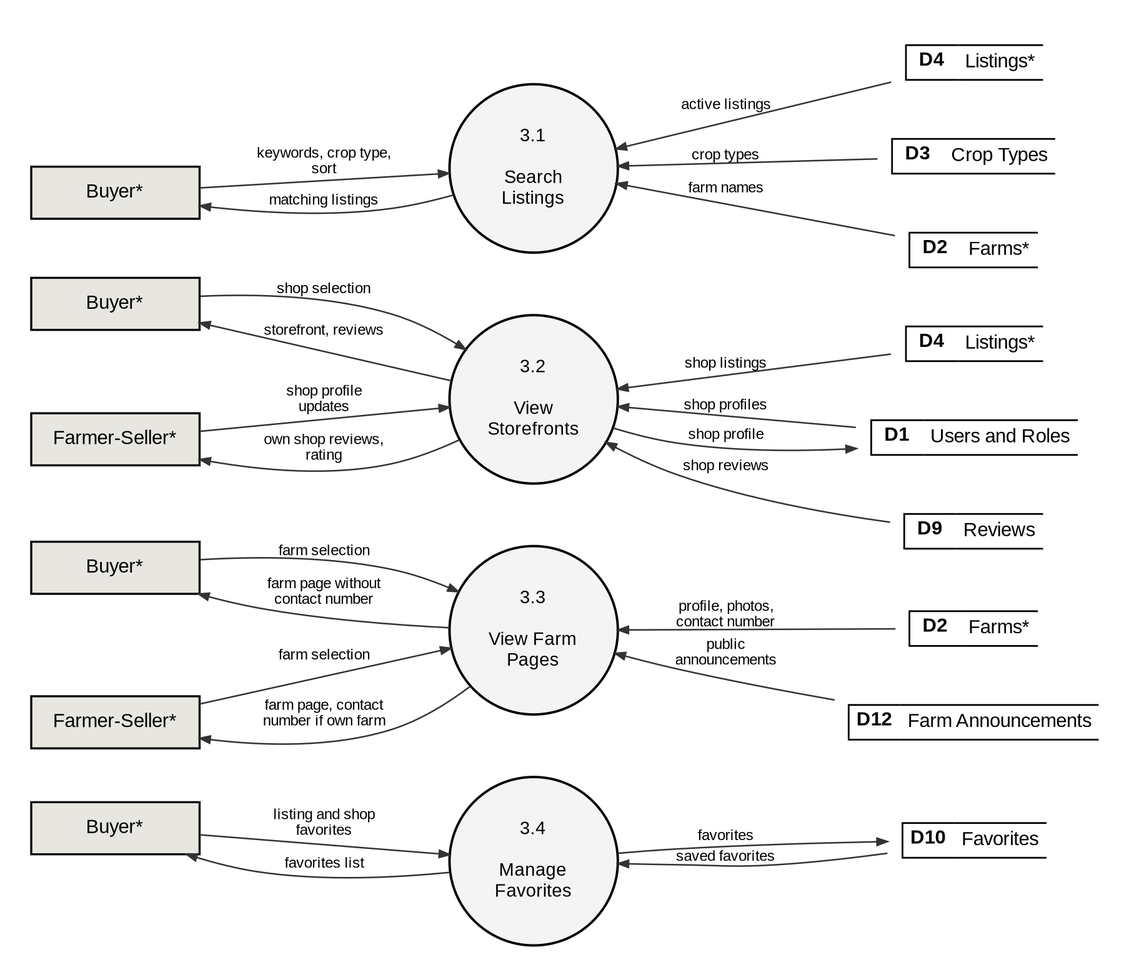
Earlier version of the Graphviz export docs/manuscript/figures/fig6_2_3_dfd_level2.png (shawncastaneda11-commits/anihow-backend). Its source is kept beside it as docs/manuscript/figures/src/fig6_2_3_dfd_level2.dot.
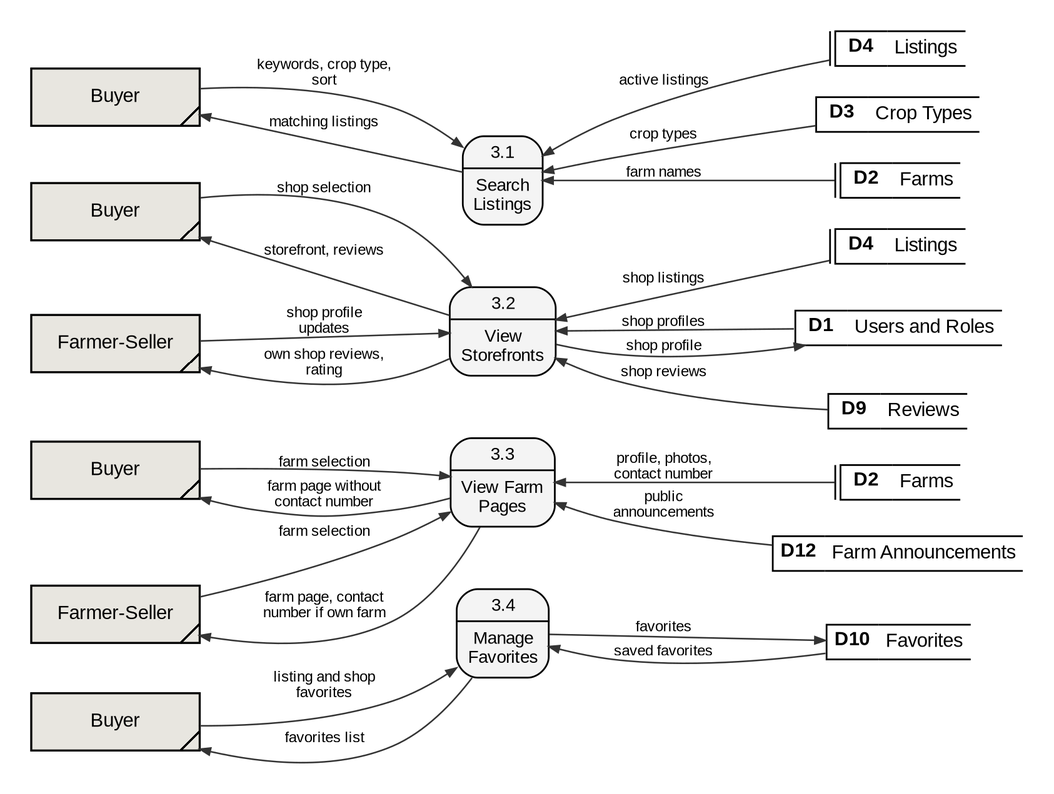
After the commit.

The edit, as a diff of the source:
```diff
@@ -2,25 +2,25 @@
   graph [rankdir=LR, nodesep=0.25, ranksep=0.9, pad=0.25, fontname="Liberation Sans", newrank=true];
   node  [fontname="Liberation Sans", fontsize=11];
   edge  [penwidth=0.9, arrowsize=0.6, color="#333333", fontname="Liberation Sans", fontsize=8.5];
-  q3a [shape=circle, style=filled, fillcolor="#F4F4F4", penwidth=1.4, fixedsize=true, width=1.35, fontsize=10.5, label="3.1\n\nSearch\nListings"];
-  by_q3a [shape=box, style=filled, fillcolor="#E8E6E0", penwidth=1.2, width=1.35, height=0.42, label="Buyer*"];
-  D4_q3a [shape=plaintext, label=<<TABLE BORDER="0" CELLBORDER="1" CELLSPACING="0" CELLPADDING="3"><TR><TD SIDES="TBL" WIDTH="30"><B>D4</B></TD><TD SIDES="TB" ALIGN="LEFT">Listings*</TD></TR></TABLE>>];
-  D3_q3a [shape=plaintext, label=<<TABLE BORDER="0" CELLBORDER="1" CELLSPACING="0" CELLPADDING="3"><TR><TD SIDES="TBL" WIDTH="30"><B>D3</B></TD><TD SIDES="TB" ALIGN="LEFT">Crop Types</TD></TR></TABLE>>];
-  D2_q3a [shape=plaintext, label=<<TABLE BORDER="0" CELLBORDER="1" CELLSPACING="0" CELLPADDING="3"><TR><TD SIDES="TBL" WIDTH="30"><B>D2</B></TD><TD SIDES="TB" ALIGN="LEFT">Farms*</TD></TR></TABLE>>];
-  q3b [shape=circle, style=filled, fillcolor="#F4F4F4", penwidth=1.4, fixedsize=true, width=1.35, fontsize=10.5, label="3.2\n\nView\nStorefronts"];
-  by_q3b [shape=box, style=filled, fillcolor="#E8E6E0", penwidth=1.2, width=1.35, height=0.42, label="Buyer*"];
-  D4_q3b [shape=plaintext, label=<<TABLE BORDER="0" CELLBORDER="1" CELLSPACING="0" CELLPADDING="3"><TR><TD SIDES="TBL" WIDTH="30"><B>D4</B></TD><TD SIDES="TB" ALIGN="LEFT">Listings*</TD></TR></TABLE>>];
-  D1_q3b [shape=plaintext, label=<<TABLE BORDER="0" CELLBORDER="1" CELLSPACING="0" CELLPADDING="3"><TR><TD SIDES="TBL" WIDTH="30"><B>D1</B></TD><TD SIDES="TB" ALIGN="LEFT">Users and Roles</TD></TR></TABLE>>];
-  D9_q3b [shape=plaintext, label=<<TABLE BORDER="0" CELLBORDER="1" CELLSPACING="0" CELLPADDING="3"><TR><TD SIDES="TBL" WIDTH="30"><B>D9</B></TD><TD SIDES="TB" ALIGN="LEFT">Reviews</TD></TR></TABLE>>];
-  fs_q3b [shape=box, style=filled, fillcolor="#E8E6E0", penwidth=1.2, width=1.35, height=0.42, label="Farmer-Seller*"];
-  q3c [shape=circle, style=filled, fillcolor="#F4F4F4", penwidth=1.4, fixedsize=true, width=1.35, fontsize=10.5, label="3.3\n\nView Farm\nPages"];
-  by_q3c [shape=box, style=filled, fillcolor="#E8E6E0", penwidth=1.2, width=1.35, height=0.42, label="Buyer*"];
-  D2_q3c [shape=plaintext, label=<<TABLE BORDER="0" CELLBORDER="1" CELLSPACING="0" CELLPADDING="3"><TR><TD SIDES="TBL" WIDTH="30"><B>D2</B></TD><TD SIDES="TB" ALIGN="LEFT">Farms*</TD></TR></TABLE>>];
-  fs_q3c [shape=box, style=filled, fillcolor="#E8E6E0", penwidth=1.2, width=1.35, height=0.42, label="Farmer-Seller*"];
-  D12_q3c [shape=plaintext, label=<<TABLE BORDER="0" CELLBORDER="1" CELLSPACING="0" CELLPADDING="3"><TR><TD SIDES="TBL" WIDTH="30"><B>D12</B></TD><TD SIDES="TB" ALIGN="LEFT">Farm Announcements</TD></TR></TABLE>>];
-  q3d [shape=circle, style=filled, fillcolor="#F4F4F4", penwidth=1.4, fixedsize=true, width=1.35, fontsize=10.5, label="3.4\n\nManage\nFavorites"];
-  by_q3d [shape=box, style=filled, fillcolor="#E8E6E0", penwidth=1.2, width=1.35, height=0.42, label="Buyer*"];
-  D10_q3d [shape=plaintext, label=<<TABLE BORDER="0" CELLBORDER="1" CELLSPACING="0" CELLPADDING="3"><TR><TD SIDES="TBL" WIDTH="30"><B>D10</B></TD><TD SIDES="TB" ALIGN="LEFT">Favorites</TD></TR></TABLE>>];
+  q3a [shape=plaintext, margin=0, width=0, height=0, label=<<TABLE STYLE="ROUNDED" BORDER="1" CELLBORDER="0" CELLSPACING="0" CELLPADDING="3" BGCOLOR="#F4F4F4"><TR><TD><FONT POINT-SIZE="10.5">3.1</FONT></TD></TR><HR/><TR><TD CELLPADDING="5"><FONT POINT-SIZE="10.5">Search<BR/>Listings</FONT></TD></TR></TABLE>>];
+  by_q3a [shape=box, style=filled, fillcolor="#E8E6E0", penwidth=1.2, width=1.35, height=0.46, label="Buyer", comment="gsdup"];
+  D4_q3a [shape=plaintext, margin=0, width=0, height=0, label=<<TABLE BORDER="0" CELLBORDER="1" CELLSPACING="0" CELLPADDING="3"><TR><TD SIDES="L" WIDTH="3" CELLPADDING="0"></TD><TD SIDES="TBL" WIDTH="30"><B>D4</B></TD><TD SIDES="TB" ALIGN="LEFT">Listings</TD></TR></TABLE>>];
+  D3_q3a [shape=plaintext, margin=0, width=0, height=0, label=<<TABLE BORDER="0" CELLBORDER="1" CELLSPACING="0" CELLPADDING="3"><TR><TD SIDES="TBL" WIDTH="30"><B>D3</B></TD><TD SIDES="TB" ALIGN="LEFT">Crop Types</TD></TR></TABLE>>];
+  D2_q3a [shape=plaintext, margin=0, width=0, height=0, label=<<TABLE BORDER="0" CELLBORDER="1" CELLSPACING="0" CELLPADDING="3"><TR><TD SIDES="L" WIDTH="3" CELLPADDING="0"></TD><TD SIDES="TBL" WIDTH="30"><B>D2</B></TD><TD SIDES="TB" ALIGN="LEFT">Farms</TD></TR></TABLE>>];
+  q3b [shape=plaintext, margin=0, width=0, height=0, label=<<TABLE STYLE="ROUNDED" BORDER="1" CELLBORDER="0" CELLSPACING="0" CELLPADDING="3" BGCOLOR="#F4F4F4"><TR><TD><FONT POINT-SIZE="10.5">3.2</FONT></TD></TR><HR/><TR><TD CELLPADDING="5"><FONT POINT-SIZE="10.5">View<BR/>Storefronts</FONT></TD></TR></TABLE>>];
+  by_q3b [shape=box, style=filled, fillcolor="#E8E6E0", penwidth=1.2, width=1.35, height=0.46, label="Buyer", comment="gsdup"];
+  D4_q3b [shape=plaintext, margin=0, width=0, height=0, label=<<TABLE BORDER="0" CELLBORDER="1" CELLSPACING="0" CELLPADDING="3"><TR><TD SIDES="L" WIDTH="3" CELLPADDING="0"></TD><TD SIDES="TBL" WIDTH="30"><B>D4</B></TD><TD SIDES="TB" ALIGN="LEFT">Listings</TD></TR></TABLE>>];
+  D1_q3b [shape=plaintext, margin=0, width=0, height=0, label=<<TABLE BORDER="0" CELLBORDER="1" CELLSPACING="0" CELLPADDING="3"><TR><TD SIDES="TBL" WIDTH="30"><B>D1</B></TD><TD SIDES="TB" ALIGN="LEFT">Users and Roles</TD></TR></TABLE>>];
+  D9_q3b [shape=plaintext, margin=0, width=0, height=0, label=<<TABLE BORDER="0" CELLBORDER="1" CELLSPACING="0" CELLPADDING="3"><TR><TD SIDES="TBL" WIDTH="30"><B>D9</B></TD><TD SIDES="TB" ALIGN="LEFT">Reviews</TD></TR></TABLE>>];
+  fs_q3b [shape=box, style=filled, fillcolor="#E8E6E0", penwidth=1.2, width=1.35, height=0.46, label="Farmer-Seller", comment="gsdup"];
+  q3c [shape=plaintext, margin=0, width=0, height=0, label=<<TABLE STYLE="ROUNDED" BORDER="1" CELLBORDER="0" CELLSPACING="0" CELLPADDING="3" BGCOLOR="#F4F4F4"><TR><TD><FONT POINT-SIZE="10.5">3.3</FONT></TD></TR><HR/><TR><TD CELLPADDING="5"><FONT POINT-SIZE="10.5">View Farm<BR/>Pages</FONT></TD></TR></TABLE>>];
+  by_q3c [shape=box, style=filled, fillcolor="#E8E6E0", penwidth=1.2, width=1.35, height=0.46, label="Buyer", comment="gsdup"];
+  D2_q3c [shape=plaintext, margin=0, width=0, height=0, label=<<TABLE BORDER="0" CELLBORDER="1" CELLSPACING="0" CELLPADDING="3"><TR><TD SIDES="L" WIDTH="3" CELLPADDING="0"></TD><TD SIDES="TBL" WIDTH="30"><B>D2</B></TD><TD SIDES="TB" ALIGN="LEFT">Farms</TD></TR></TABLE>>];
+  fs_q3c [shape=box, style=filled, fillcolor="#E8E6E0", penwidth=1.2, width=1.35, height=0.46, label="Farmer-Seller", comment="gsdup"];
+  D12_q3c [shape=plaintext, margin=0, width=0, height=0, label=<<TABLE BORDER="0" CELLBORDER="1" CELLSPACING="0" CELLPADDING="3"><TR><TD SIDES="TBL" WIDTH="30"><B>D12</B></TD><TD SIDES="TB" ALIGN="LEFT">Farm Announcements</TD></TR></TABLE>>];
+  q3d [shape=plaintext, margin=0, width=0, height=0, label=<<TABLE STYLE="ROUNDED" BORDER="1" CELLBORDER="0" CELLSPACING="0" CELLPADDING="3" BGCOLOR="#F4F4F4"><TR><TD><FONT POINT-SIZE="10.5">3.4</FONT></TD></TR><HR/><TR><TD CELLPADDING="5"><FONT POINT-SIZE="10.5">Manage<BR/>Favorites</FONT></TD></TR></TABLE>>];
+  by_q3d [shape=box, style=filled, fillcolor="#E8E6E0", penwidth=1.2, width=1.35, height=0.46, label="Buyer", comment="gsdup"];
+  D10_q3d [shape=plaintext, margin=0, width=0, height=0, label=<<TABLE BORDER="0" CELLBORDER="1" CELLSPACING="0" CELLPADDING="3"><TR><TD SIDES="TBL" WIDTH="30"><B>D10</B></TD><TD SIDES="TB" ALIGN="LEFT">Favorites</TD></TR></TABLE>>];
   by_q3a -> q3a [label="keywords, crop type,\nsort"];
   q3a -> D4_q3a [label="active listings", dir=back];
   q3a -> D3_q3a [label="crop types", dir=back];
```
